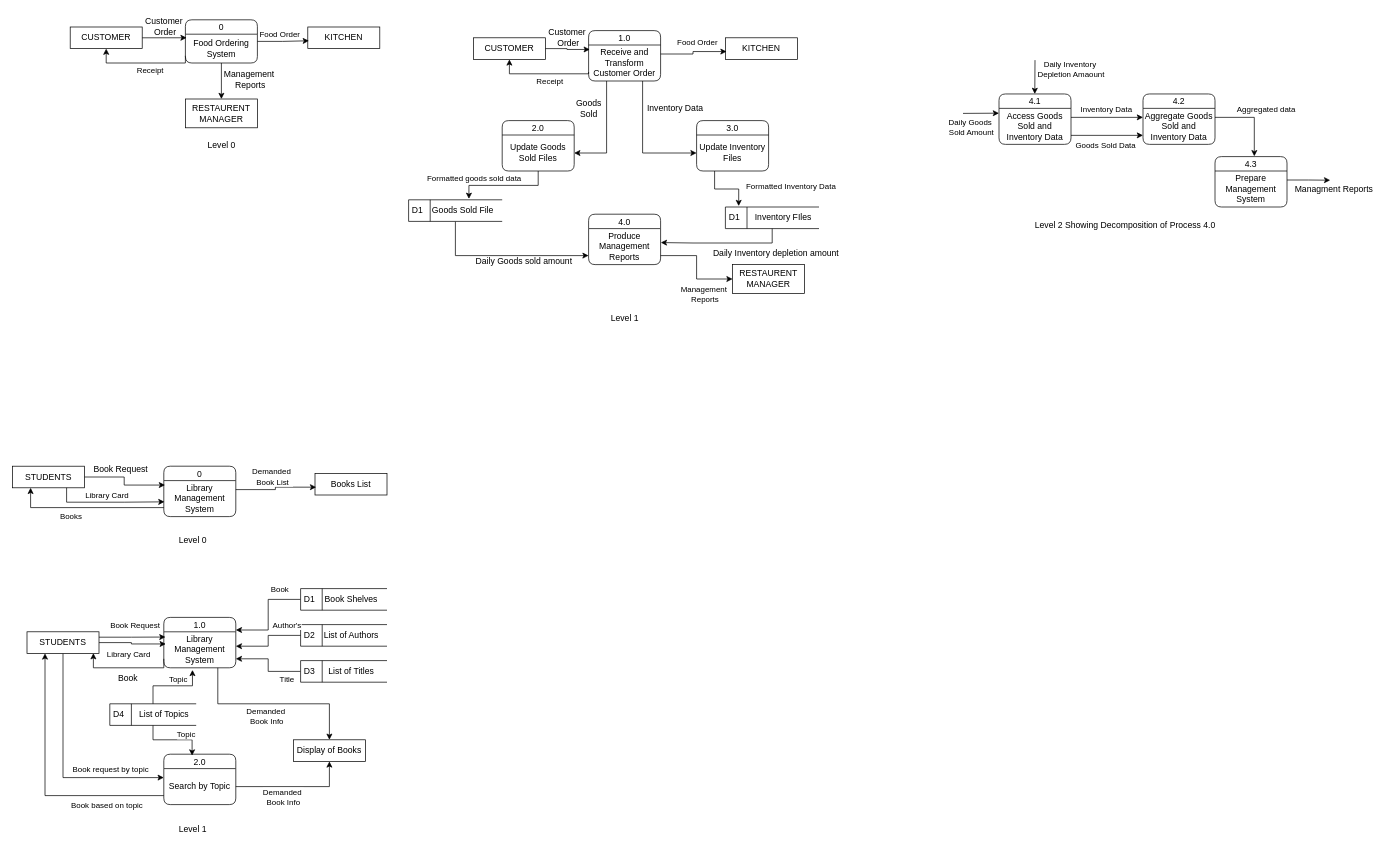
The draw.io diagram Untitled Diagram.drawio in Jen121/DesignAndAnalysisOfAlgorithms, before the edit. Source tidied: cells renumbered, new cells numbered last; positions are measured from the earlier drawing's top-left corner, leaving out a move shared by most shapes. Both pictures are drawn from the tidied source at 72%, with x=0, y=0 at pixel (12, 12).
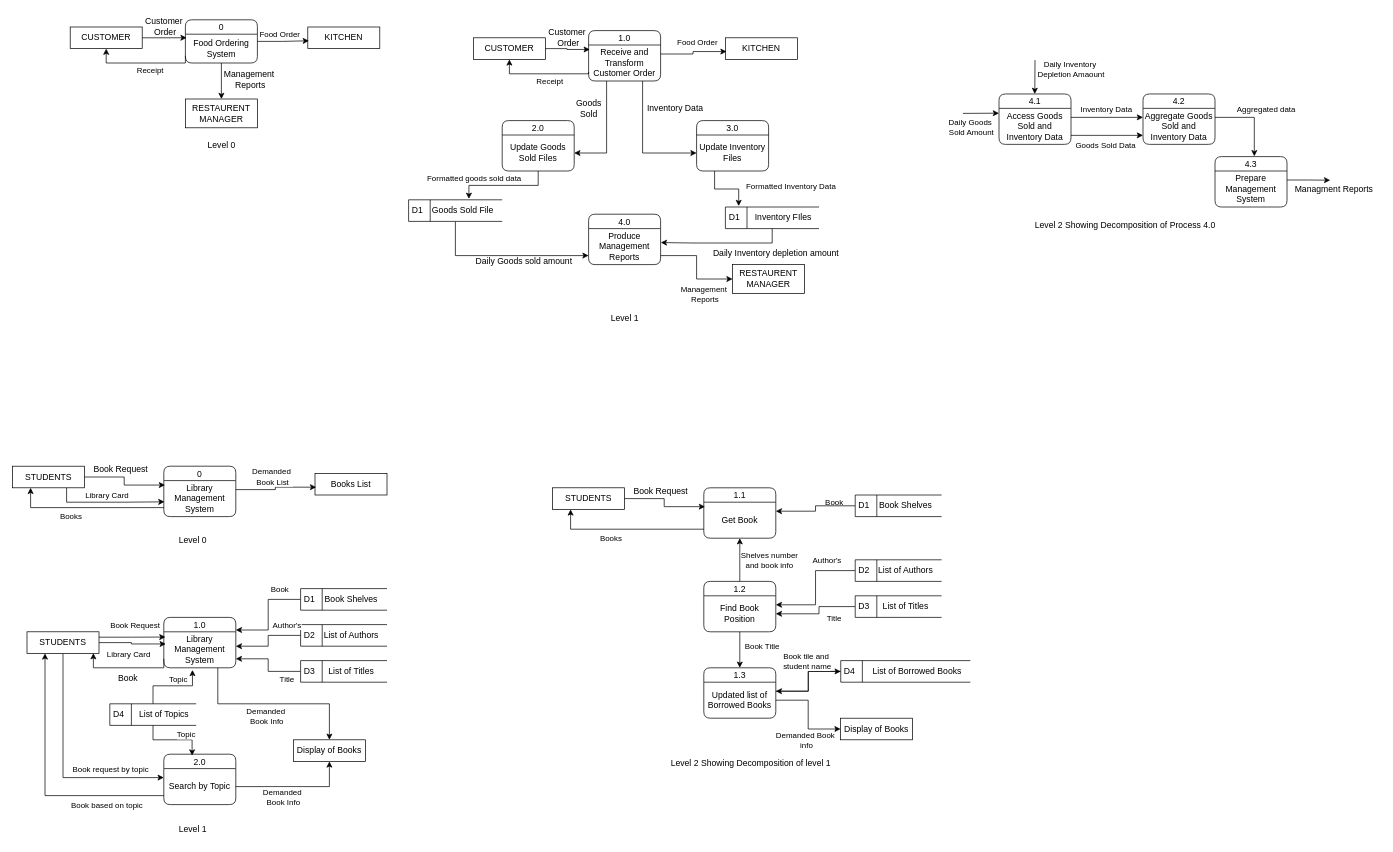
Above is the later version.

The edit, as a diff of the source:
```diff
@@
+    <mxCell id="123" value="1.1" style="swimlane;fontStyle=0;horizontal=1;startSize=20;fillColor=#ffffff;swimlaneFillColor=#ffffff;rounded=1;" parent="1" vertex="1">
+      <mxGeometry x="960" y="660" width="100" height="70" as="geometry" />
+    </mxCell>
+    <mxCell id="124" value="Get Book" style="text;html=1;align=center;verticalAlign=middle;whiteSpace=wrap;rounded=0;" parent="123" vertex="1">
+      <mxGeometry y="20" width="100" height="50" as="geometry" />
+    </mxCell>
+    <mxCell id="125" value="STUDENTS" style="html=1;dashed=0;whiteSpace=wrap;" parent="1" vertex="1">
+      <mxGeometry x="750" y="660" width="100" height="30" as="geometry" />
+    </mxCell>
+    <mxCell id="126" style="edgeStyle=orthogonalEdgeStyle;rounded=0;jettySize=auto;html=1;exitX=1;exitY=0.5;exitDx=0;exitDy=0;entryX=0.017;entryY=0.124;entryDx=0;entryDy=0;entryPerimeter=0;" parent="1" edge="1" source="125" target="124">
+      <mxGeometry relative="1" as="geometry" />
+    </mxCell>
+    <mxCell id="127" value="Book Request" style="text;html=1;align=center;verticalAlign=middle;strokeColor=none;fillColor=none;" parent="1" vertex="1">
+      <mxGeometry x="850" y="650" width="100" height="30" as="geometry" />
+    </mxCell>
+    <mxCell id="128" style="edgeStyle=orthogonalEdgeStyle;rounded=0;jettySize=auto;html=1;exitX=0;exitY=0.75;exitDx=0;exitDy=0;entryX=0.25;entryY=1;entryDx=0;entryDy=0;" parent="1" edge="1" source="124" target="125">
+      <mxGeometry relative="1" as="geometry" />
+    </mxCell>
+    <mxCell id="129" value="Books" style="edgeLabel;html=1;align=center;verticalAlign=middle;" parent="128" vertex="1">
+      <mxGeometry x="0.13" relative="1" as="geometry">
+        <mxPoint x="-10" y="12" as="offset" />
+      </mxGeometry>
+    </mxCell>
+    <mxCell id="130" style="edgeStyle=orthogonalEdgeStyle;rounded=0;jettySize=auto;html=1;exitX=0.5;exitY=0;exitDx=0;exitDy=0;entryX=0.5;entryY=1;entryDx=0;entryDy=0;" parent="1" edge="1" source="132" target="124">
+      <mxGeometry relative="1" as="geometry" />
+    </mxCell>
+    <mxCell id="131" value="Shelves number&lt;div&gt;and book info&lt;/div&gt;" style="edgeLabel;html=1;align=center;verticalAlign=middle;" parent="130" vertex="1">
+      <mxGeometry x="0.42" y="3" relative="1" as="geometry">
+        <mxPoint x="43" y="13" as="offset" />
+      </mxGeometry>
+    </mxCell>
+    <mxCell id="132" value="1.2" style="swimlane;fontStyle=0;horizontal=1;startSize=20;fillColor=#ffffff;swimlaneFillColor=#ffffff;rounded=1;" parent="1" vertex="1">
+      <mxGeometry x="960" y="790" width="100" height="70" as="geometry" />
+    </mxCell>
+    <mxCell id="133" value="Find Book Position" style="text;html=1;align=center;verticalAlign=middle;whiteSpace=wrap;rounded=0;" parent="132" vertex="1">
+      <mxGeometry y="20" width="100" height="50" as="geometry" />
+    </mxCell>
+    <mxCell id="134" value="1.3" style="swimlane;fontStyle=0;horizontal=1;startSize=20;fillColor=#ffffff;swimlaneFillColor=#ffffff;rounded=1;" parent="1" vertex="1">
+      <mxGeometry x="960" y="910" width="100" height="70" as="geometry" />
+    </mxCell>
+    <mxCell id="135" value="Updated list of Borrowed Books" style="text;html=1;align=center;verticalAlign=middle;whiteSpace=wrap;rounded=0;" parent="134" vertex="1">
+      <mxGeometry y="20" width="100" height="50" as="geometry" />
+    </mxCell>
+    <mxCell id="136" value="Book" style="edgeLabel;html=1;align=center;verticalAlign=middle;" parent="1" vertex="1">
+      <mxGeometry x="1140" y="680" as="geometry" />
+    </mxCell>
+    <mxCell id="137" style="edgeStyle=orthogonalEdgeStyle;rounded=0;jettySize=auto;html=1;exitX=0;exitY=0.5;exitDx=0;exitDy=0;entryX=1;entryY=0.25;entryDx=0;entryDy=0;" parent="1" edge="1" source="138" target="124">
+      <mxGeometry relative="1" as="geometry" />
+    </mxCell>
+    <mxCell id="138" value="D1" style="html=1;dashed=0;whiteSpace=wrap;shape=mxgraph.dfd.dataStoreID;align=left;spacingLeft=3;points=[[0,0],[0.5,0],[1,0],[0,0.5],[1,0.5],[0,1],[0.5,1],[1,1]];" parent="1" vertex="1">
+      <mxGeometry x="1170.3" y="670" width="120" height="30" as="geometry" />
+    </mxCell>
+    <mxCell id="139" value="Book Shelves" style="text;html=1;align=center;verticalAlign=middle;strokeColor=none;fillColor=none;" parent="1" vertex="1">
+      <mxGeometry x="1190.3" y="670" width="100" height="30" as="geometry" />
+    </mxCell>
+    <mxCell id="140" style="edgeStyle=orthogonalEdgeStyle;rounded=0;jettySize=auto;html=1;exitX=0;exitY=0.5;exitDx=0;exitDy=0;entryX=1;entryY=0.25;entryDx=0;entryDy=0;" parent="1" edge="1" source="141" target="133">
+      <mxGeometry relative="1" as="geometry" />
+    </mxCell>
+    <mxCell id="141" value="D2" style="html=1;dashed=0;whiteSpace=wrap;shape=mxgraph.dfd.dataStoreID;align=left;spacingLeft=3;points=[[0,0],[0.5,0],[1,0],[0,0.5],[1,0.5],[0,1],[0.5,1],[1,1]];" parent="1" vertex="1">
+      <mxGeometry x="1170.3" y="760" width="120" height="30" as="geometry" />
+    </mxCell>
+    <mxCell id="142" value="List of Authors" style="text;html=1;align=center;verticalAlign=middle;strokeColor=none;fillColor=none;" parent="1" vertex="1">
+      <mxGeometry x="1190.3" y="760" width="100" height="30" as="geometry" />
+    </mxCell>
+    <mxCell id="143" value="Title" style="edgeLabel;html=1;align=center;verticalAlign=middle;" parent="1" vertex="1">
+      <mxGeometry x="1140" y="840" as="geometry" />
+    </mxCell>
+    <mxCell id="144" style="edgeStyle=orthogonalEdgeStyle;rounded=0;jettySize=auto;html=1;exitX=0;exitY=0.5;exitDx=0;exitDy=0;entryX=1;entryY=0.5;entryDx=0;entryDy=0;" parent="1" edge="1" source="145" target="133">
+      <mxGeometry relative="1" as="geometry">
+        <Array as="points">
+          <mxPoint x="1120" y="825" />
+          <mxPoint x="1120" y="835" />
+        </Array>
+      </mxGeometry>
+    </mxCell>
+    <mxCell id="145" value="D3" style="html=1;dashed=0;whiteSpace=wrap;shape=mxgraph.dfd.dataStoreID;align=left;spacingLeft=3;points=[[0,0],[0.5,0],[1,0],[0,0.5],[1,0.5],[0,1],[0.5,1],[1,1]];" parent="1" vertex="1">
+      <mxGeometry x="1170.3" y="810" width="120" height="30" as="geometry" />
+    </mxCell>
+    <mxCell id="146" value="List of Titles" style="text;html=1;align=center;verticalAlign=middle;strokeColor=none;fillColor=none;" parent="1" vertex="1">
+      <mxGeometry x="1195.3" y="810" width="90" height="30" as="geometry" />
+    </mxCell>
+    <mxCell id="147" value="Author's" style="edgeLabel;html=1;align=center;verticalAlign=middle;" parent="1" vertex="1">
+      <mxGeometry x="1130" y="760" as="geometry" />
+    </mxCell>
+    <mxCell id="148" value="Display of Books" style="html=1;dashed=0;whiteSpace=wrap;" parent="1" vertex="1">
+      <mxGeometry x="1150" y="980" width="100" height="30" as="geometry" />
+    </mxCell>
+    <mxCell id="149" style="edgeStyle=orthogonalEdgeStyle;rounded=0;jettySize=auto;html=1;exitX=0;exitY=0.5;exitDx=0;exitDy=0;entryX=1;entryY=0.25;entryDx=0;entryDy=0;" parent="1" edge="1" source="150" target="135">
+      <mxGeometry relative="1" as="geometry" />
+    </mxCell>
+    <mxCell id="150" value="D4" style="html=1;dashed=0;whiteSpace=wrap;shape=mxgraph.dfd.dataStoreID;align=left;spacingLeft=3;points=[[0,0],[0.5,0],[1,0],[0,0.5],[1,0.5],[0,1],[0.5,1],[1,1]];" parent="1" vertex="1">
+      <mxGeometry x="1150.2" y="900" width="180" height="30" as="geometry" />
+    </mxCell>
+    <mxCell id="151" value="List of Borrowed Books" style="text;html=1;align=center;verticalAlign=middle;strokeColor=none;fillColor=none;" parent="1" vertex="1">
+      <mxGeometry x="1180.5" y="900" width="150" height="30" as="geometry" />
+    </mxCell>
+    <mxCell id="152" style="edgeStyle=orthogonalEdgeStyle;rounded=0;jettySize=auto;html=1;exitX=1;exitY=0.25;exitDx=0;exitDy=0;entryX=0;entryY=0.5;entryDx=0;entryDy=0;" parent="1" edge="1" source="135" target="150">
+      <mxGeometry relative="1" as="geometry" />
+    </mxCell>
+    <mxCell id="153" value="Book tile and&lt;div&gt;&amp;nbsp;student name&lt;/div&gt;" style="edgeLabel;html=1;align=center;verticalAlign=middle;" parent="152" vertex="1">
+      <mxGeometry x="0.42" y="-1" relative="1" as="geometry">
+        <mxPoint x="-15" y="-16" as="offset" />
+      </mxGeometry>
+    </mxCell>
+    <mxCell id="154" style="edgeStyle=orthogonalEdgeStyle;rounded=0;jettySize=auto;html=1;exitX=1;exitY=0.5;exitDx=0;exitDy=0;entryX=0;entryY=0.5;entryDx=0;entryDy=0;" parent="1" edge="1" source="135" target="148">
+      <mxGeometry relative="1" as="geometry" />
+    </mxCell>
+    <mxCell id="155" value="Demanded Book&lt;div&gt;&amp;nbsp;info&lt;/div&gt;" style="edgeLabel;html=1;align=center;verticalAlign=middle;" parent="154" vertex="1">
+      <mxGeometry x="0.5" y="-1" relative="1" as="geometry">
+        <mxPoint x="-18" y="14" as="offset" />
+      </mxGeometry>
+    </mxCell>
+    <mxCell id="156" style="edgeStyle=orthogonalEdgeStyle;rounded=0;jettySize=auto;html=1;exitX=0.5;exitY=1;exitDx=0;exitDy=0;entryX=0.5;entryY=0;entryDx=0;entryDy=0;" parent="1" edge="1" source="133" target="134">
+      <mxGeometry relative="1" as="geometry" />
+    </mxCell>
+    <mxCell id="157" value="Book Title" style="edgeLabel;html=1;align=center;verticalAlign=middle;" parent="156" vertex="1">
+      <mxGeometry x="-0.18" relative="1" as="geometry">
+        <mxPoint x="30" y="-1" as="offset" />
+      </mxGeometry>
+    </mxCell>
+    <mxCell id="158" value="Level 2 Showing Decomposition of level 1" style="text;html=1;align=center;verticalAlign=middle;strokeColor=none;fillColor=none;" parent="1" vertex="1">
+      <mxGeometry x="900" y="1028" width="250" height="30" as="geometry" />
+    </mxCell>
```
